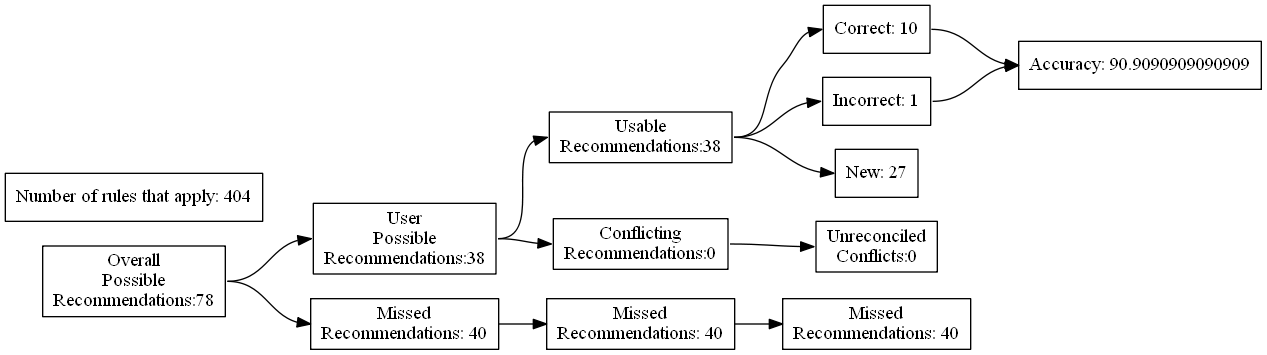
This is test_renders/79.gv.png from ZaxR/ibd_diet_analysis, a Graphviz export, as it was before one commit. Its source is kept beside it as test_renders/79.gv.
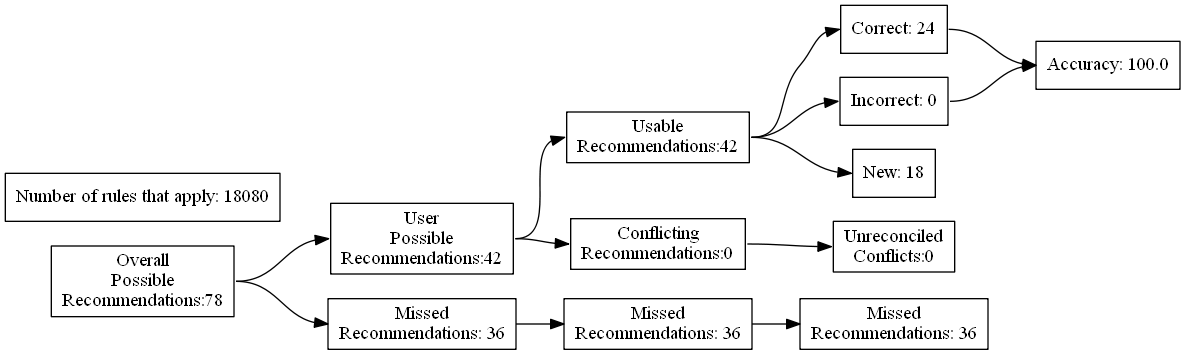
Later version of the same file.

Change to the diagram source:
```diff
@@ -7,24 +7,24 @@
 Recommendations:78"]
 		B [label="User
 Possible
-Recommendations:38"]
+Recommendations:42"]
 		C [label="Missed
-Recommendations: 40"]
+Recommendations: 36"]
 		D [label="Usable
-Recommendations:38"]
+Recommendations:42"]
 		E [label="Conflicting
 Recommendations:0"]
 		J [label="Missed
-Recommendations: 40"]
+Recommendations: 36"]
 		M [label="Unreconciled
 Conflicts:0"]
-		F [label="Correct: 10"]
-		G [label="Incorrect: 1"]
-		H [label="New: 27"]
+		F [label="Correct: 24"]
+		G [label="Incorrect: 0"]
+		H [label="New: 18"]
 		K [label="Missed
-Recommendations: 40"]
-		I [label="Accuracy: 90.9090909090909"]
-		l [label="Number of rules that apply: 404"]
+Recommendations: 36"]
+		I [label="Accuracy: 100.0"]
+		l [label="Number of rules that apply: 18080"]
 			A -> B
 			A -> C
 			B -> D
```
